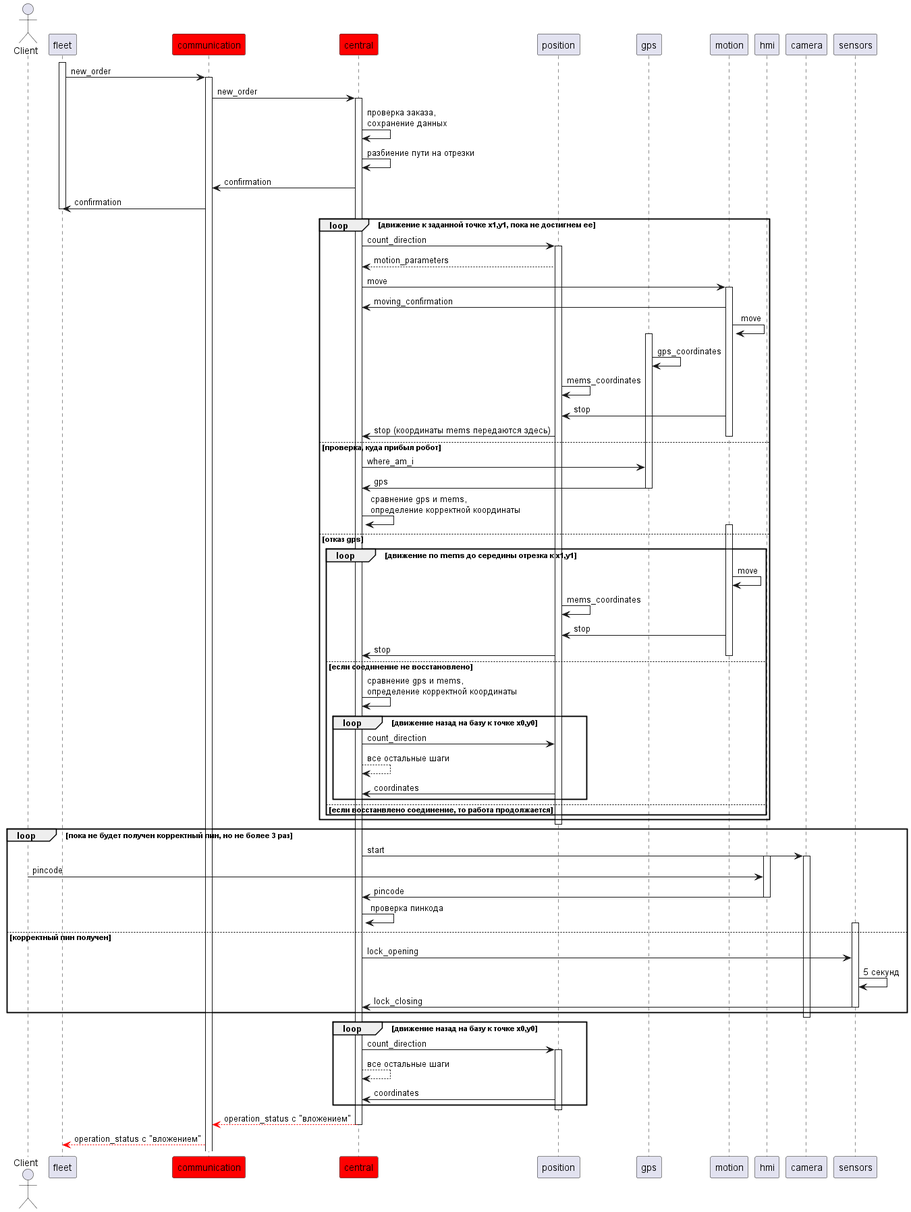
This is pics/sd_13.png from Fishonground/Delivery, a PlantUML export, as it was before one commit.
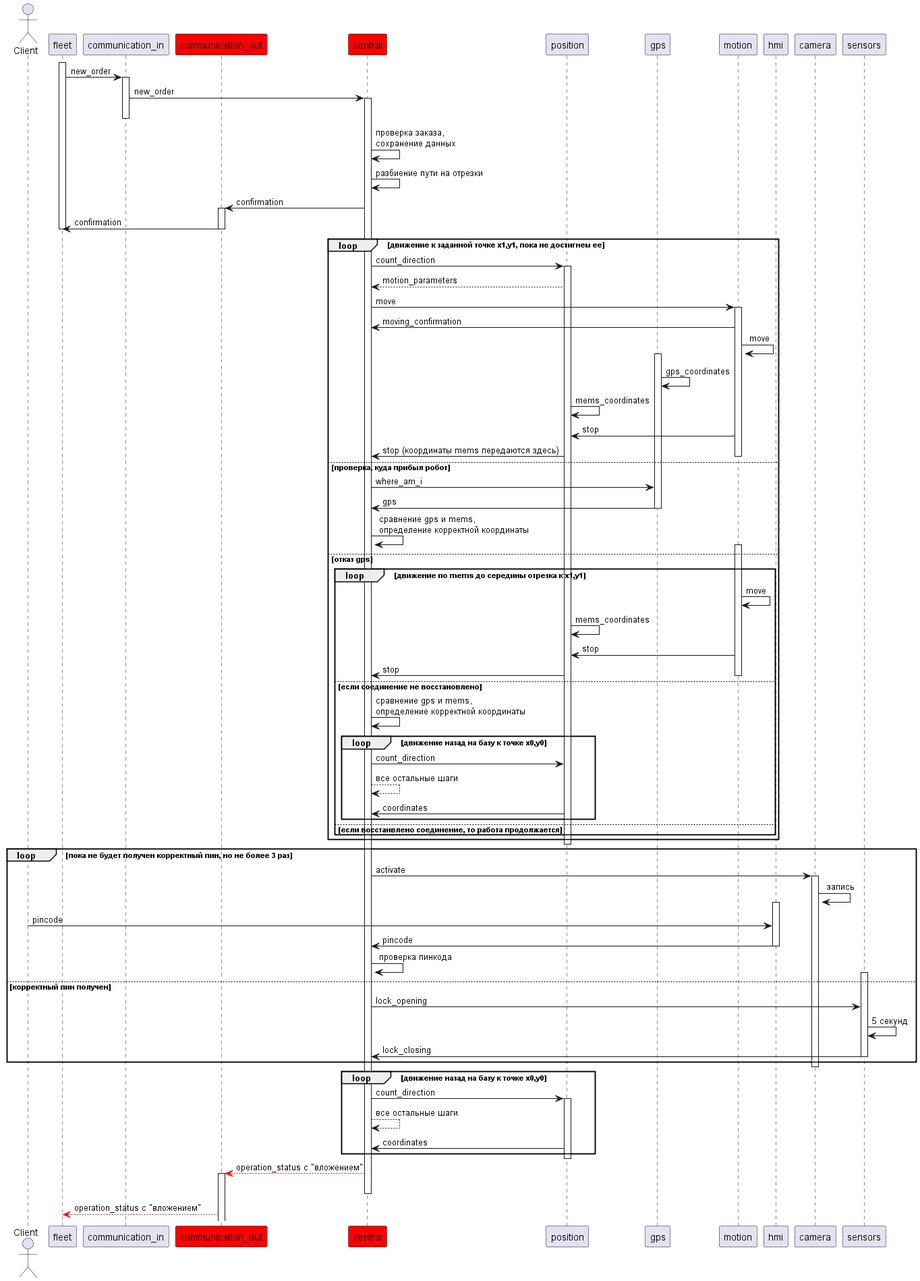
The same diagram one commit later.

What changed in the source:
```diff
@@ -1,7 +1,8 @@
 @startuml
 actor "Client" as c
 participant fleet
-participant communication #red
+participant communication_in
+participant communication_out #red
 participant central #red
 participant position
 participant gps
@@ -11,12 +12,14 @@
 participant sensors
 
 fleet++
-fleet -> communication++: new_order
-communication -> central++: new_order
+fleet -> communication_in++: new_order
+communication_in -> central++: new_order
+communication_in--
 central -> central: проверка заказа,\nсохранение данных
 central -> central: разбиение пути на отрезки
-central -> communication: confirmation
-communication -> fleet: confirmation
+central -> communication_out++: confirmation
+communication_out -> fleet: confirmation
+communication_out--
 fleet --
 loop движение к заданной точке x1,y1, пока не достигнем ее
 central -> position++: count_direction
@@ -58,7 +61,8 @@
 end
 position--
 loop пока не будет получен корректный пин, но не более 3 раз
-central -> camera++: start
+central -> camera++: activate
+camera -> camera: запись
 hmi++
 c -> hmi: pincode
 hmi -> central: pincode
@@ -79,7 +83,7 @@
 end
 position--
 
-central -[#red]-> communication: operation_status с "вложением"
+central -[#red]-> communication_out++: operation_status с "вложением"
 central--
-communication -[#red]-> fleet: operation_status с "вложением"
+communication_out -[#red]-> fleet: operation_status с "вложением"
 @enduml
```
